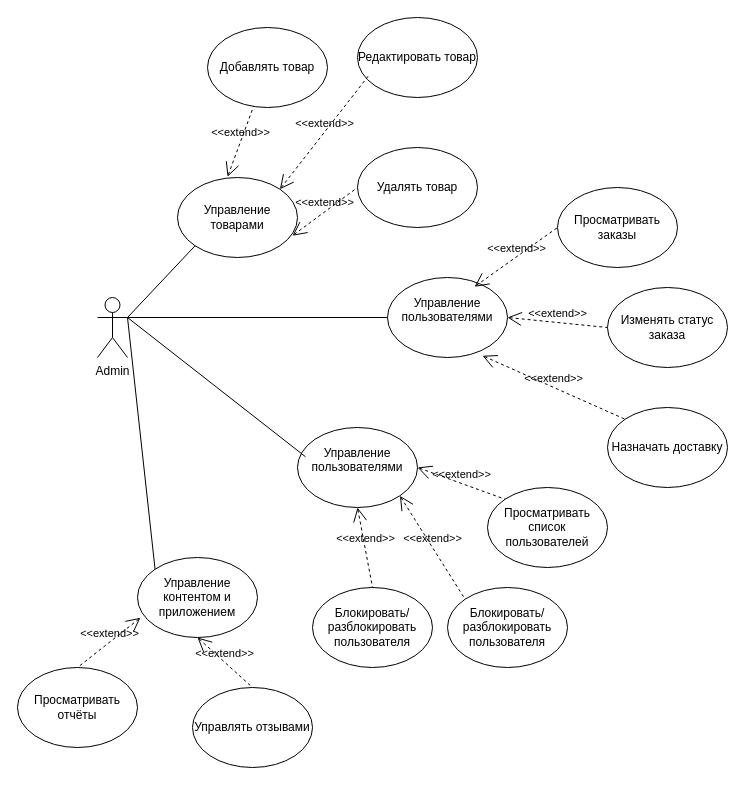
Above: 7th_Smster_PPS_USE_CASE.drawio in mati-tech/draw.io (draw.io), before the change. Source tidied: cells renumbered, new cells numbered last; positions are measured from the earlier drawing's top-left corner, leaving out a move shared by most shapes. Both pictures are drawn from the tidied source at 100%, with x=0, y=0 at pixel (17, 17).
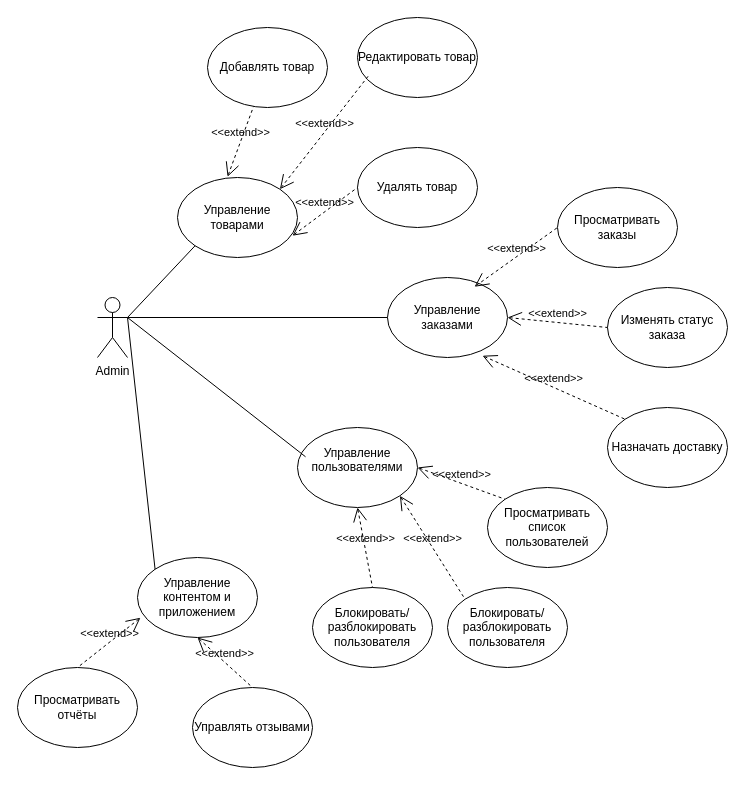
The same page after the edit.

What changed in the source:
```diff
@@
-    <mxCell id="3" value="&#10; Управление пользователями&#10;&#10;" style="ellipse;whiteSpace=wrap;html=1;" parent="1" vertex="1">
+    <mxCell id="3" value="&lt;br&gt; Управление заказами&lt;div&gt;&lt;div&gt;&lt;br&gt;&lt;/div&gt;&lt;/div&gt;" style="ellipse;whiteSpace=wrap;html=1;" parent="1" vertex="1">
       <mxGeometry x="370" y="260" width="120" height="80" as="geometry" />
     </mxCell>
```
